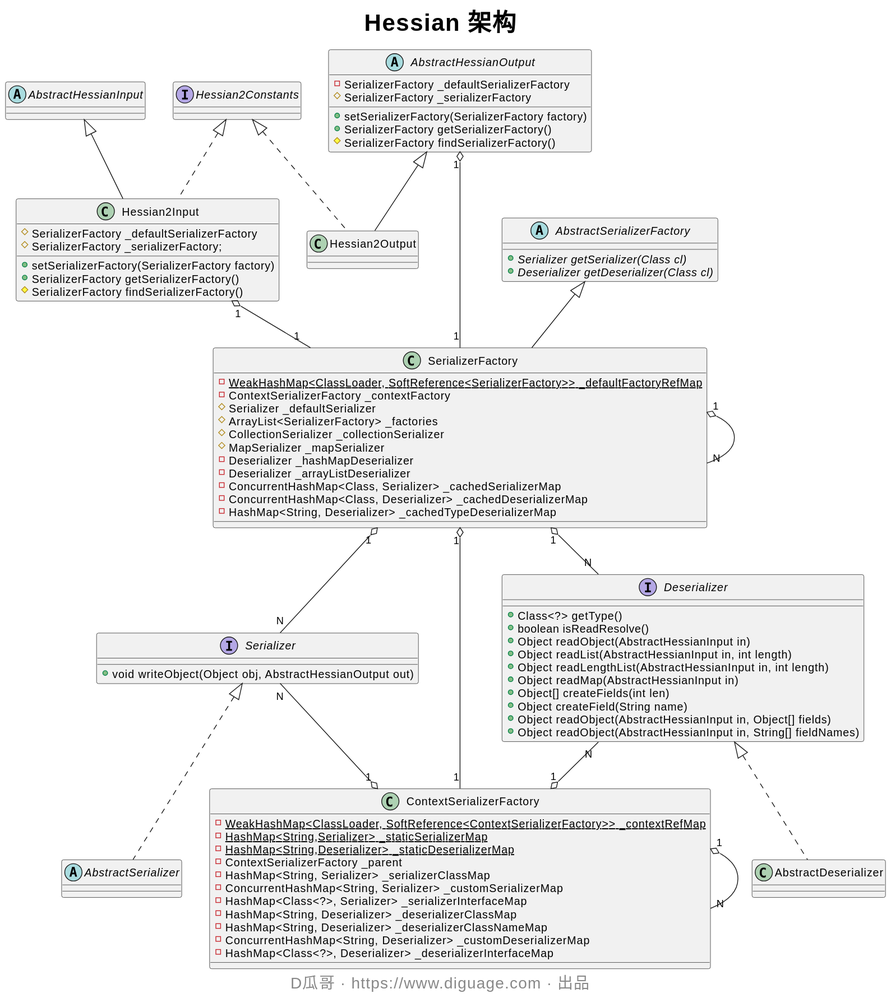
Above: static/images/marshal/hessian-architecture.svg in diguage/www.diguage.com (PlantUML), before the change. Its diagram source:
```plantuml
@startuml
skinparam titleFontSize 30
title **Hessian 架构**

abstract class AbstractHessianInput

class Hessian2Input extends AbstractHessianInput implements Hessian2Constants {
  #SerializerFactory _defaultSerializerFactory
  #SerializerFactory _serializerFactory;
  +setSerializerFactory(SerializerFactory factory)
  +SerializerFactory getSerializerFactory()
  #SerializerFactory findSerializerFactory()
}

Hessian2Input "1" o-- "1" SerializerFactory



abstract class AbstractHessianOutput {
  -SerializerFactory _defaultSerializerFactory
  #SerializerFactory _serializerFactory
  +setSerializerFactory(SerializerFactory factory)
  +SerializerFactory getSerializerFactory()
  #SerializerFactory findSerializerFactory()
}

AbstractHessianOutput "1" o-- "1" SerializerFactory

class Hessian2Output extends AbstractHessianOutput implements Hessian2Constants

abstract class AbstractSerializerFactory {
  +{abstract} Serializer getSerializer(Class cl)
  +{abstract} Deserializer getDeserializer(Class cl)
}

class SerializerFactory extends AbstractSerializerFactory {
  -{static} WeakHashMap<ClassLoader, SoftReference<SerializerFactory>> _defaultFactoryRefMap
  -ContextSerializerFactory _contextFactory
  #Serializer _defaultSerializer
  #ArrayList<SerializerFactory> _factories
  #CollectionSerializer _collectionSerializer
  #MapSerializer _mapSerializer
  -Deserializer _hashMapDeserializer
  -Deserializer _arrayListDeserializer
  -ConcurrentHashMap<Class, Serializer> _cachedSerializerMap
  -ConcurrentHashMap<Class, Deserializer> _cachedDeserializerMap
  -HashMap<String, Deserializer> _cachedTypeDeserializerMap
}

interface Serializer {
  +void writeObject(Object obj, AbstractHessianOutput out)
}
abstract class AbstractSerializer implements Serializer

interface Deserializer {
  + Class<?> getType()
  + boolean isReadResolve()
  + Object readObject(AbstractHessianInput in)
  + Object readList(AbstractHessianInput in, int length)
  + Object readLengthList(AbstractHessianInput in, int length)
  + Object readMap(AbstractHessianInput in)
  + Object[] createFields(int len)
  + Object createField(String name)
  + Object readObject(AbstractHessianInput in, Object[] fields)
  + Object readObject(AbstractHessianInput in, String[] fieldNames)
}
class AbstractDeserializer implements Deserializer

Serializer "N" --o "1" ContextSerializerFactory

SerializerFactory "1" o-- "N" SerializerFactory
SerializerFactory "1" o-- "1" ContextSerializerFactory


SerializerFactory "1" o-- "N" Serializer
SerializerFactory "1" o-- "N" Deserializer

Deserializer "N" --o "1" ContextSerializerFactory

class ContextSerializerFactory {
  -{static} WeakHashMap<ClassLoader, SoftReference<ContextSerializerFactory>> _contextRefMap
  -{static} HashMap<String,Serializer> _staticSerializerMap
  -{static} HashMap<String,Deserializer> _staticDeserializerMap
  -ContextSerializerFactory _parent
  -HashMap<String, Serializer> _serializerClassMap
  -ConcurrentHashMap<String, Serializer> _customSerializerMap
  -HashMap<Class<?>, Serializer> _serializerInterfaceMap
  -HashMap<String, Deserializer> _deserializerClassMap
  -HashMap<String, Deserializer> _deserializerClassNameMap
  -ConcurrentHashMap<String, Deserializer> _customDeserializerMap
  -HashMap<Class<?>, Deserializer> _deserializerInterfaceMap
}


ContextSerializerFactory "1" o-- "N" ContextSerializerFactory


skinparam footerFontSize 20
footer D瓜哥 · https://www.diguage.com · 出品
@enduml
```
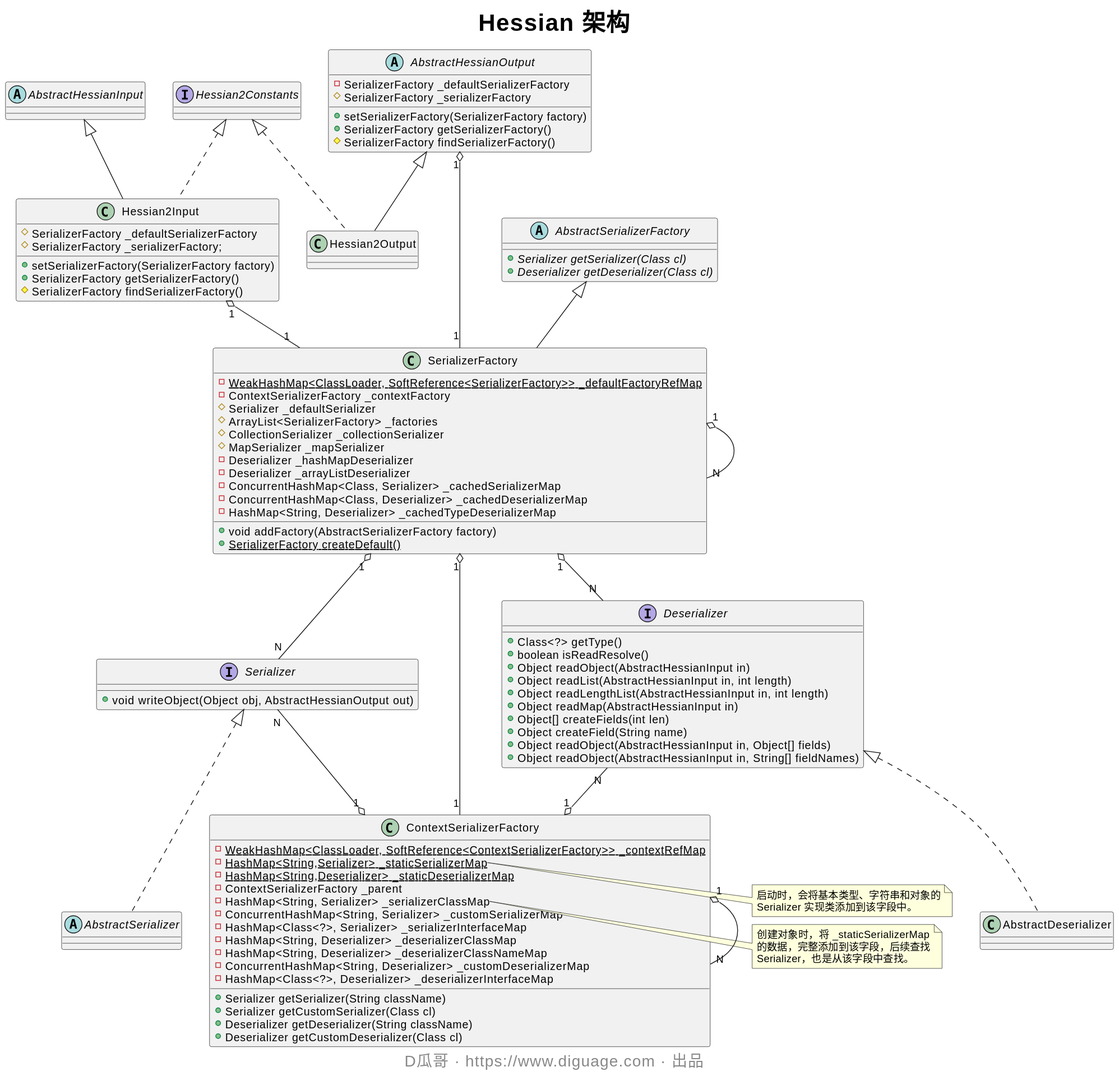
After the change.

Commit message:
完成“Hessian 源码分析（Java）” #22

The edit, as a diff of the source:
```diff
@@ -45,6 +45,8 @@
   -ConcurrentHashMap<Class, Serializer> _cachedSerializerMap
   -ConcurrentHashMap<Class, Deserializer> _cachedDeserializerMap
   -HashMap<String, Deserializer> _cachedTypeDeserializerMap
+  +void addFactory(AbstractSerializerFactory factory)
+  +{static}SerializerFactory createDefault()
 }
 
 interface Serializer {
@@ -89,8 +91,20 @@
   -HashMap<String, Deserializer> _deserializerClassNameMap
   -ConcurrentHashMap<String, Deserializer> _customDeserializerMap
   -HashMap<Class<?>, Deserializer> _deserializerInterfaceMap
+  +Serializer getSerializer(String className)
+  +Serializer getCustomSerializer(Class cl)
+  +Deserializer getDeserializer(String className)
+  +Deserializer getCustomDeserializer(Class cl)
 }
-
+note right of ContextSerializerFactory::_staticSerializerMap
+  启动时，会将基本类型、字符串和对象的
+  Serializer 实现类添加到该字段中。
+end note
+note right of ContextSerializerFactory::_serializerClassMap
+  创建对象时，将 _staticSerializerMap
+  的数据，完整添加到该字段，后续查找
+  Serializer，也是从该字段中查找。
+end note
 
 ContextSerializerFactory "1" o-- "N" ContextSerializerFactory
 
```
